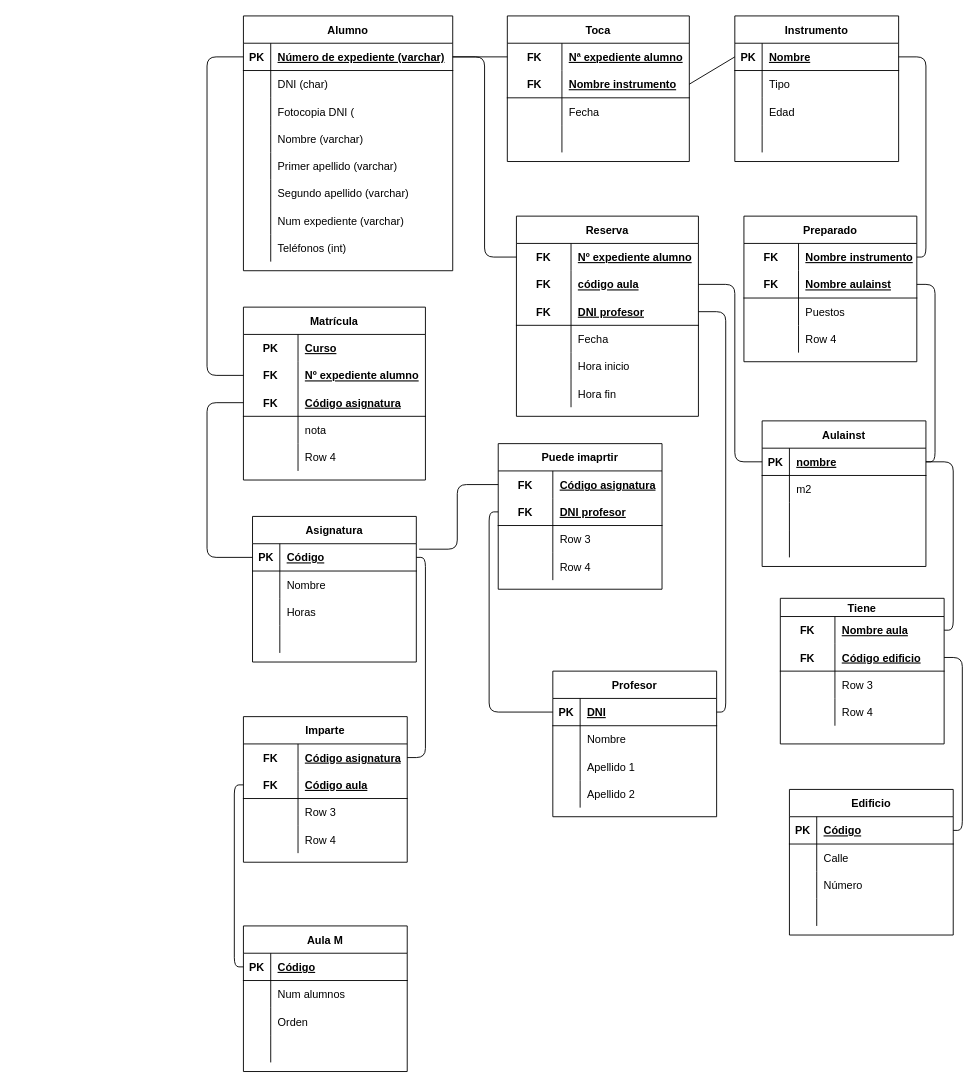
Above: conservatorio2.drawio in Alejandrogaralv/Bases_de_datos (draw.io), before the change. Source tidied: cells renumbered, new cells numbered last; positions are measured from the earlier drawing's top-left corner, leaving out a move shared by most shapes. Both pictures are drawn from the tidied source at 91%, with x=0, y=0 at pixel (207, 15).
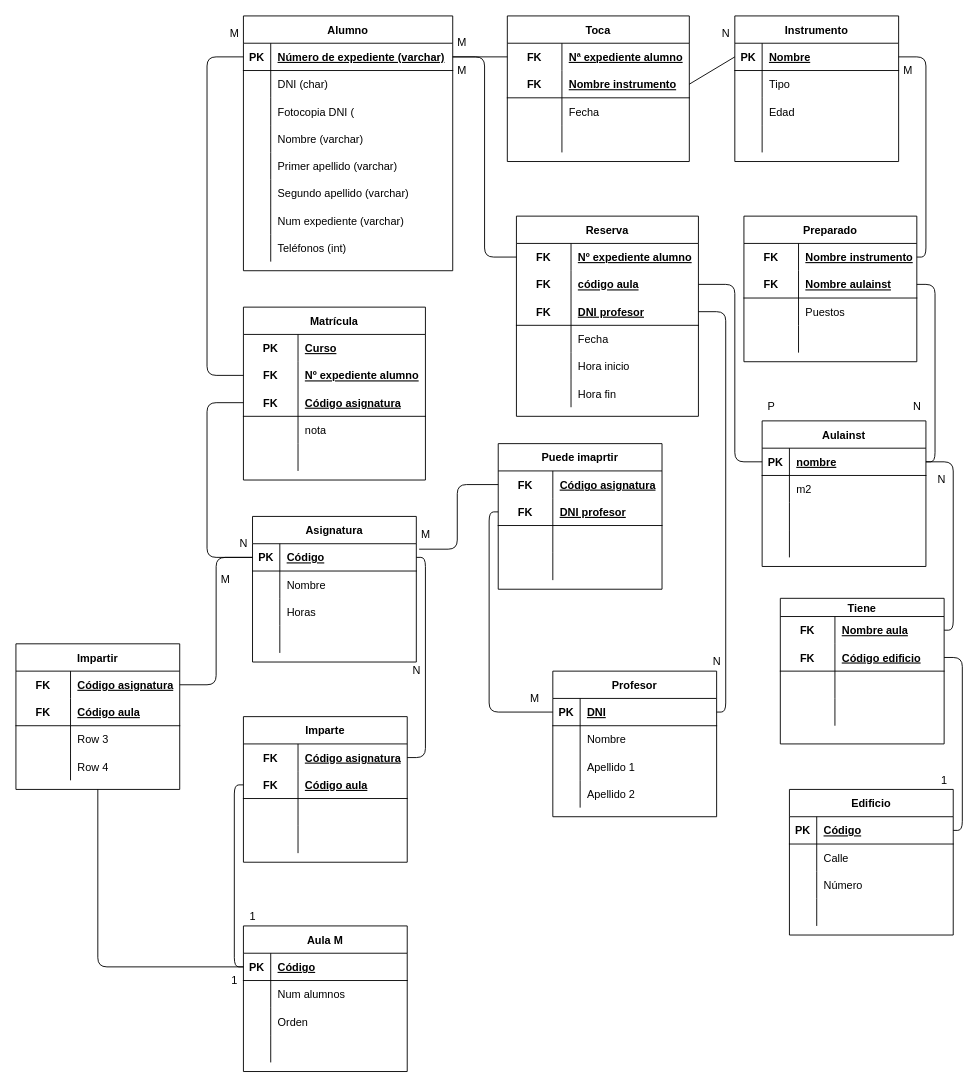
Above is the later version.

Unchanged cells that the change refers to:
```xml
<mxCell id="28" style="shape=partialRectangle;fillColor=none;top=0;left=0;bottom=1;right=0;points=[[0,0.5],[1,0.5]];portConstraint=eastwest;" parent="27" vertex="1">
  <mxGeometry y="30" width="180" height="30" as="geometry" />
</mxCell>
<mxCell id="67" style="shape=partialRectangle;fillColor=none;top=0;left=0;bottom=1;right=0;points=[[0,0.5],[1,0.5]];portConstraint=eastwest;" parent="66" vertex="1">
  <mxGeometry y="30" width="180" height="30" as="geometry" />
</mxCell>
<mxCell id="133" style="shape=partialRectangle;fillColor=none;top=0;left=0;bottom=0;right=0;" parent="120" vertex="1">
  <mxGeometry y="150" width="200" height="30" as="geometry" />
</mxCell>
<mxCell id="148" style="shape=partialRectangle;fillColor=none;top=0;left=0;bottom=0;right=0;" parent="138" vertex="1">
  <mxGeometry y="120" width="190" height="30" as="geometry" />
</mxCell>
<mxCell id="160" style="shape=partialRectangle;fillColor=none;top=0;left=0;bottom=0;right=0;" parent="153" vertex="1">
  <mxGeometry y="90" width="180" height="30" as="geometry" />
</mxCell>
<mxCell id="163" style="shape=partialRectangle;fillColor=none;top=0;left=0;bottom=0;right=0;" parent="153" vertex="1">
  <mxGeometry y="120" width="180" height="30" as="geometry" />
</mxCell>
<mxCell id="175" style="shape=partialRectangle;fillColor=none;top=0;left=0;bottom=0;right=0;" parent="168" vertex="1">
  <mxGeometry y="90" width="180" height="30" as="geometry" />
</mxCell>
<mxCell id="178" style="shape=partialRectangle;fillColor=none;top=0;left=0;bottom=0;right=0;" parent="168" vertex="1">
  <mxGeometry y="120" width="180" height="30" as="geometry" />
</mxCell>
<mxCell id="190" style="shape=partialRectangle;fillColor=none;top=0;left=0;bottom=0;right=0;" parent="183" vertex="1">
  <mxGeometry y="80" width="180" height="30" as="geometry" />
</mxCell>
<mxCell id="193" style="shape=partialRectangle;fillColor=none;top=0;left=0;bottom=0;right=0;" parent="183" vertex="1">
  <mxGeometry y="110" width="180" height="30" as="geometry" />
</mxCell>
```

The edit, as a diff of the source:
```diff
@@
-    <mxCell id="135" value="Row 4" style="shape=partialRectangle;fillColor=none;top=0;left=0;bottom=0;right=0;align=left;spacingLeft=6;overflow=hidden;" parent="133" vertex="1">
+    <mxCell id="135" style="shape=partialRectangle;fillColor=none;top=0;left=0;bottom=0;right=0;align=left;spacingLeft=6;overflow=hidden;" parent="133" vertex="1">
       <mxGeometry x="60" width="140" height="30" as="geometry" />
     </mxCell>
@@
-    <mxCell id="150" value="Row 4" style="shape=partialRectangle;fillColor=none;top=0;left=0;bottom=0;right=0;align=left;spacingLeft=6;overflow=hidden;" parent="148" vertex="1">
+    <mxCell id="150" style="shape=partialRectangle;fillColor=none;top=0;left=0;bottom=0;right=0;align=left;spacingLeft=6;overflow=hidden;" parent="148" vertex="1">
       <mxGeometry x="60" width="130" height="30" as="geometry" />
     </mxCell>
@@
-    <mxCell id="162" value="Row 3" style="shape=partialRectangle;fillColor=none;top=0;left=0;bottom=0;right=0;align=left;spacingLeft=6;overflow=hidden;" parent="160" vertex="1">
+    <mxCell id="162" style="shape=partialRectangle;fillColor=none;top=0;left=0;bottom=0;right=0;align=left;spacingLeft=6;overflow=hidden;" parent="160" vertex="1">
       <mxGeometry x="60" width="120" height="30" as="geometry" />
     </mxCell>
@@
-    <mxCell id="165" value="Row 4" style="shape=partialRectangle;fillColor=none;top=0;left=0;bottom=0;right=0;align=left;spacingLeft=6;overflow=hidden;" parent="163" vertex="1">
+    <mxCell id="165" style="shape=partialRectangle;fillColor=none;top=0;left=0;bottom=0;right=0;align=left;spacingLeft=6;overflow=hidden;" parent="163" vertex="1">
       <mxGeometry x="60" width="120" height="30" as="geometry" />
     </mxCell>
@@
-    <mxCell id="177" value="Row 3" style="shape=partialRectangle;fillColor=none;top=0;left=0;bottom=0;right=0;align=left;spacingLeft=6;overflow=hidden;" parent="175" vertex="1">
+    <mxCell id="177" style="shape=partialRectangle;fillColor=none;top=0;left=0;bottom=0;right=0;align=left;spacingLeft=6;overflow=hidden;" parent="175" vertex="1">
       <mxGeometry x="60" width="120" height="30" as="geometry" />
     </mxCell>
@@
-    <mxCell id="180" value="Row 4" style="shape=partialRectangle;fillColor=none;top=0;left=0;bottom=0;right=0;align=left;spacingLeft=6;overflow=hidden;" parent="178" vertex="1">
+    <mxCell id="180" style="shape=partialRectangle;fillColor=none;top=0;left=0;bottom=0;right=0;align=left;spacingLeft=6;overflow=hidden;" parent="178" vertex="1">
       <mxGeometry x="60" width="120" height="30" as="geometry" />
     </mxCell>
@@
-    <mxCell id="192" value="Row 3" style="shape=partialRectangle;fillColor=none;top=0;left=0;bottom=0;right=0;align=left;spacingLeft=6;overflow=hidden;" parent="190" vertex="1">
+    <mxCell id="192" style="shape=partialRectangle;fillColor=none;top=0;left=0;bottom=0;right=0;align=left;spacingLeft=6;overflow=hidden;" parent="190" vertex="1">
       <mxGeometry x="60" width="120" height="30" as="geometry" />
     </mxCell>
@@
-    <mxCell id="195" value="Row 4" style="shape=partialRectangle;fillColor=none;top=0;left=0;bottom=0;right=0;align=left;spacingLeft=6;overflow=hidden;" parent="193" vertex="1">
+    <mxCell id="195" style="shape=partialRectangle;fillColor=none;top=0;left=0;bottom=0;right=0;align=left;spacingLeft=6;overflow=hidden;" parent="193" vertex="1">
       <mxGeometry x="60" width="120" height="30" as="geometry" />
     </mxCell>
@@
+    <mxCell id="220" value="M" style="text;html=1;align=center;verticalAlign=middle;strokeColor=none;" parent="1" vertex="1">
+      <mxGeometry x="265" y="20" width="30" height="20" as="geometry" />
+    </mxCell>
+    <mxCell id="221" value="N" style="text;html=1;align=center;verticalAlign=middle;strokeColor=none;" parent="1" vertex="1">
+      <mxGeometry x="560" y="10" width="20" height="20" as="geometry" />
+    </mxCell>
+    <mxCell id="222" value="M" style="text;html=1;align=center;verticalAlign=middle;strokeColor=none;" parent="1" vertex="1">
+      <mxGeometry x="15" y="10" width="30" height="20" as="geometry" />
+    </mxCell>
+    <mxCell id="223" value="N" style="text;html=1;align=center;verticalAlign=middle;strokeColor=none;" parent="1" vertex="1">
+      <mxGeometry x="30" y="570" width="20" height="20" as="geometry" />
+    </mxCell>
+    <mxCell id="224" value="M" style="text;html=1;align=center;verticalAlign=middle;strokeColor=none;" parent="1" vertex="1">
+      <mxGeometry x="265" y="50" width="30" height="20" as="geometry" />
+    </mxCell>
+    <mxCell id="225" value="N" style="text;html=1;align=center;verticalAlign=middle;strokeColor=none;" parent="1" vertex="1">
+      <mxGeometry x="550" y="700" width="20" height="20" as="geometry" />
+    </mxCell>
+    <mxCell id="226" value="P" style="text;html=1;align=center;verticalAlign=middle;strokeColor=none;" parent="1" vertex="1">
+      <mxGeometry x="610" y="420" width="20" height="20" as="geometry" />
+    </mxCell>
+    <mxCell id="227" value="M" style="text;html=1;align=center;verticalAlign=middle;strokeColor=none;" parent="1" vertex="1">
+      <mxGeometry x="345" y="740" width="30" height="20" as="geometry" />
+    </mxCell>
+    <mxCell id="228" value="1" style="text;html=1;align=center;verticalAlign=middle;strokeColor=none;" parent="1" vertex="1">
+      <mxGeometry x="40" y="980" width="20" height="20" as="geometry" />
+    </mxCell>
+    <mxCell id="229" value="N" style="text;html=1;align=center;verticalAlign=middle;strokeColor=none;" parent="1" vertex="1">
+      <mxGeometry x="220" y="710" width="20" height="20" as="geometry" />
+    </mxCell>
+    <mxCell id="230" value="1" style="text;html=1;align=center;verticalAlign=middle;strokeColor=none;" parent="1" vertex="1">
+      <mxGeometry x="800" y="830" width="20" height="20" as="geometry" />
+    </mxCell>
+    <mxCell id="231" value="N" style="text;html=1;align=center;verticalAlign=middle;strokeColor=none;" parent="1" vertex="1">
+      <mxGeometry x="797" y="500" width="20" height="20" as="geometry" />
+    </mxCell>
+    <mxCell id="232" style="edgeStyle=orthogonalEdgeStyle;html=1;entryX=0;entryY=0.5;entryDx=0;entryDy=0;endArrow=none;endFill=0;" parent="1" edge="1" source="233" target="67">
+      <mxGeometry relative="1" as="geometry" />
+    </mxCell>
+    <mxCell id="233" value="Impartir" style="shape=table;startSize=30;childLayout=tableLayout;rowLines=0;fontStyle=1;align=center;" parent="1" vertex="1">
+      <mxGeometry x="-210" y="690" width="180" height="160" as="geometry" />
+    </mxCell>
+    <mxCell id="234" style="shape=partialRectangle;fillColor=none;top=0;left=0;bottom=0;right=0;points=[[0,0.5],[1,0.5]];portConstraint=eastwest;" parent="233" vertex="1">
+      <mxGeometry y="30" width="180" height="30" as="geometry" />
+    </mxCell>
+    <mxCell id="235" value="FK" style="shape=partialRectangle;fillColor=none;top=0;left=0;bottom=0;right=0;fontStyle=1;overflow=hidden;" parent="234" vertex="1">
+      <mxGeometry width="60" height="30" as="geometry" />
+    </mxCell>
+    <mxCell id="236" value="Código asignatura" style="shape=partialRectangle;fillColor=none;top=0;left=0;bottom=0;right=0;align=left;spacingLeft=6;fontStyle=5;overflow=hidden;" parent="234" vertex="1">
+      <mxGeometry x="60" width="120" height="30" as="geometry" />
+    </mxCell>
+    <mxCell id="237" style="shape=partialRectangle;fillColor=none;top=0;left=0;bottom=1;right=0;" parent="233" vertex="1">
+      <mxGeometry y="60" width="180" height="30" as="geometry" />
+    </mxCell>
+    <mxCell id="238" value="FK" style="shape=partialRectangle;fillColor=none;top=0;left=0;bottom=0;right=0;fontStyle=1;overflow=hidden;" parent="237" vertex="1">
+      <mxGeometry width="60" height="30" as="geometry" />
+    </mxCell>
+    <mxCell id="239" value="Código aula" style="shape=partialRectangle;fillColor=none;top=0;left=0;bottom=0;right=0;align=left;spacingLeft=6;fontStyle=5;overflow=hidden;" parent="237" vertex="1">
+      <mxGeometry x="60" width="120" height="30" as="geometry" />
+    </mxCell>
+    <mxCell id="240" style="shape=partialRectangle;fillColor=none;top=0;left=0;bottom=0;right=0;" parent="233" vertex="1">
+      <mxGeometry y="90" width="180" height="30" as="geometry" />
+    </mxCell>
+    <mxCell id="241" style="shape=partialRectangle;fillColor=none;top=0;left=0;bottom=0;right=0;overflow=hidden;" parent="240" vertex="1">
+      <mxGeometry width="60" height="30" as="geometry" />
+    </mxCell>
+    <mxCell id="242" value="Row 3" style="shape=partialRectangle;fillColor=none;top=0;left=0;bottom=0;right=0;align=left;spacingLeft=6;overflow=hidden;" parent="240" vertex="1">
+      <mxGeometry x="60" width="120" height="30" as="geometry" />
+    </mxCell>
+    <mxCell id="243" style="shape=partialRectangle;fillColor=none;top=0;left=0;bottom=0;right=0;" parent="233" vertex="1">
+      <mxGeometry y="120" width="180" height="30" as="geometry" />
+    </mxCell>
+    <mxCell id="244" style="shape=partialRectangle;fillColor=none;top=0;left=0;bottom=0;right=0;overflow=hidden;" parent="243" vertex="1">
+      <mxGeometry width="60" height="30" as="geometry" />
+    </mxCell>
+    <mxCell id="245" value="Row 4" style="shape=partialRectangle;fillColor=none;top=0;left=0;bottom=0;right=0;align=left;spacingLeft=6;overflow=hidden;" parent="243" vertex="1">
+      <mxGeometry x="60" width="120" height="30" as="geometry" />
+    </mxCell>
+    <mxCell id="246" style="edgeStyle=orthogonalEdgeStyle;html=1;entryX=1;entryY=0.5;entryDx=0;entryDy=0;endArrow=none;endFill=0;" parent="1" edge="1" source="28" target="234">
+      <mxGeometry relative="1" as="geometry" />
+    </mxCell>
+    <mxCell id="247" value="1" style="text;html=1;align=center;verticalAlign=middle;strokeColor=none;" parent="1" vertex="1">
+      <mxGeometry x="20" y="1050" width="20" height="20" as="geometry" />
+    </mxCell>
+    <mxCell id="248" value="M" style="text;html=1;align=center;verticalAlign=middle;strokeColor=none;" parent="1" vertex="1">
+      <mxGeometry x="5" y="610" width="30" height="20" as="geometry" />
+    </mxCell>
+    <mxCell id="249" value="M" style="text;html=1;align=center;verticalAlign=middle;strokeColor=none;" parent="1" vertex="1">
+      <mxGeometry x="225" y="560" width="30" height="20" as="geometry" />
+    </mxCell>
+    <mxCell id="250" value="M" style="text;html=1;align=center;verticalAlign=middle;strokeColor=none;" parent="1" vertex="1">
+      <mxGeometry x="755" y="50" width="30" height="20" as="geometry" />
+    </mxCell>
+    <mxCell id="251" value="N" style="text;html=1;align=center;verticalAlign=middle;strokeColor=none;" parent="1" vertex="1">
+      <mxGeometry x="770" y="420" width="20" height="20" as="geometry" />
+    </mxCell>
```
